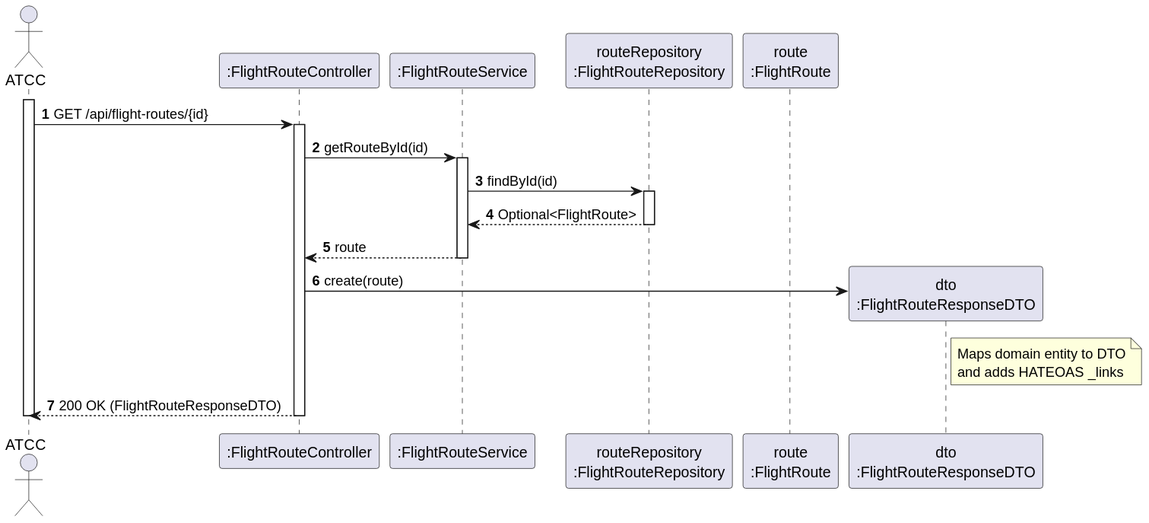
The PlantUML diagram docs/use-cases/WP#3A/US113/svg/US113-SD.svg in Andre-1240567/psoft2026_2DB_1240567_1241013_1240624, before a commit. The source it was exported from:
```plantuml
@startuml
autonumber
actor "ATCC" as Actor
participant ":FlightRouteController" as Ctrl
participant ":FlightRouteService" as Service
participant "routeRepository\n:FlightRouteRepository" as Repo
participant "route\n:FlightRoute" as Route
participant "dto\n:FlightRouteResponseDTO" as DTO

activate Actor
Actor -> Ctrl: GET /api/flight-routes/{id}
activate Ctrl

Ctrl -> Service: getRouteById(id)
activate Service

Service -> Repo: findById(id)
activate Repo
Repo --> Service: Optional<FlightRoute>
deactivate Repo

Service --> Ctrl: route
deactivate Service

Ctrl -> DTO**: create(route)
note right of DTO: Maps domain entity to DTO\nand adds HATEOAS _links

Ctrl --> Actor: 200 OK (FlightRouteResponseDTO)
deactivate Ctrl
deactivate Actor
@enduml
```
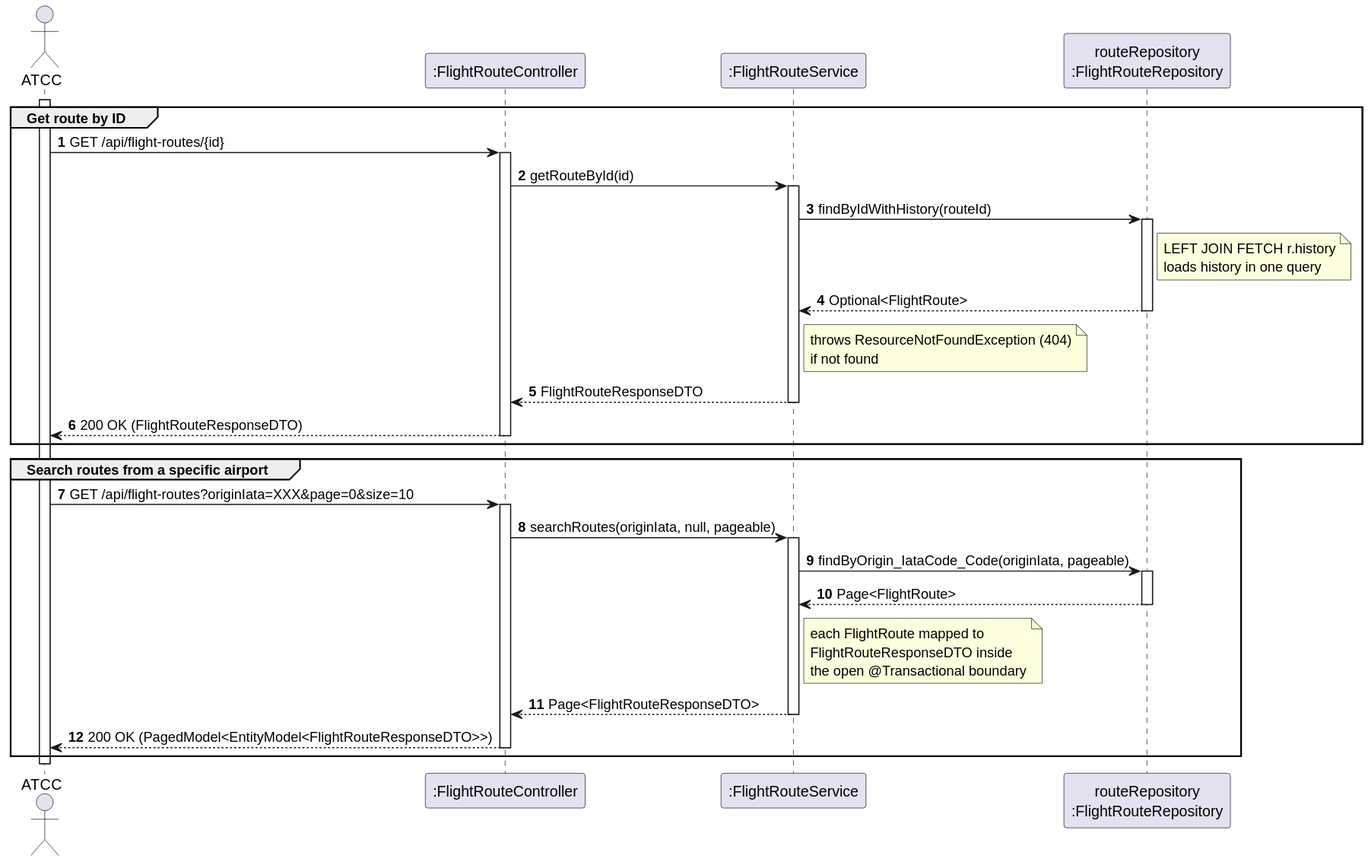
After the change.

Change to the diagram source:
```diff
@@ -4,28 +4,51 @@
 participant ":FlightRouteController" as Ctrl
 participant ":FlightRouteService" as Service
 participant "routeRepository\n:FlightRouteRepository" as Repo
-participant "route\n:FlightRoute" as Route
-participant "dto\n:FlightRouteResponseDTO" as DTO
 
 activate Actor
+
+group Get route by ID
 Actor -> Ctrl: GET /api/flight-routes/{id}
 activate Ctrl
 
 Ctrl -> Service: getRouteById(id)
 activate Service
 
-Service -> Repo: findById(id)
+Service -> Repo: findByIdWithHistory(routeId)
 activate Repo
+note right of Repo: LEFT JOIN FETCH r.history\nloads history in one query
 Repo --> Service: Optional<FlightRoute>
 deactivate Repo
 
-Service --> Ctrl: route
+note right of Service: throws ResourceNotFoundException (404)\nif not found
+
+Service --> Ctrl: FlightRouteResponseDTO
 deactivate Service
-
-Ctrl -> DTO**: create(route)
-note right of DTO: Maps domain entity to DTO\nand adds HATEOAS _links
 
 Ctrl --> Actor: 200 OK (FlightRouteResponseDTO)
 deactivate Ctrl
+end
+
+group Search routes from a specific airport
+Actor -> Ctrl: GET /api/flight-routes?originIata=XXX&page=0&size=10
+activate Ctrl
+
+Ctrl -> Service: searchRoutes(originIata, null, pageable)
+activate Service
+
+Service -> Repo: findByOrigin_IataCode_Code(originIata, pageable)
+activate Repo
+Repo --> Service: Page<FlightRoute>
+deactivate Repo
+
+note right of Service: each FlightRoute mapped to\nFlightRouteResponseDTO inside\nthe open @Transactional boundary
+
+Service --> Ctrl: Page<FlightRouteResponseDTO>
+deactivate Service
+
+Ctrl --> Actor: 200 OK (PagedModel<EntityModel<FlightRouteResponseDTO>>)
+deactivate Ctrl
+end
+
 deactivate Actor
 @enduml
```
